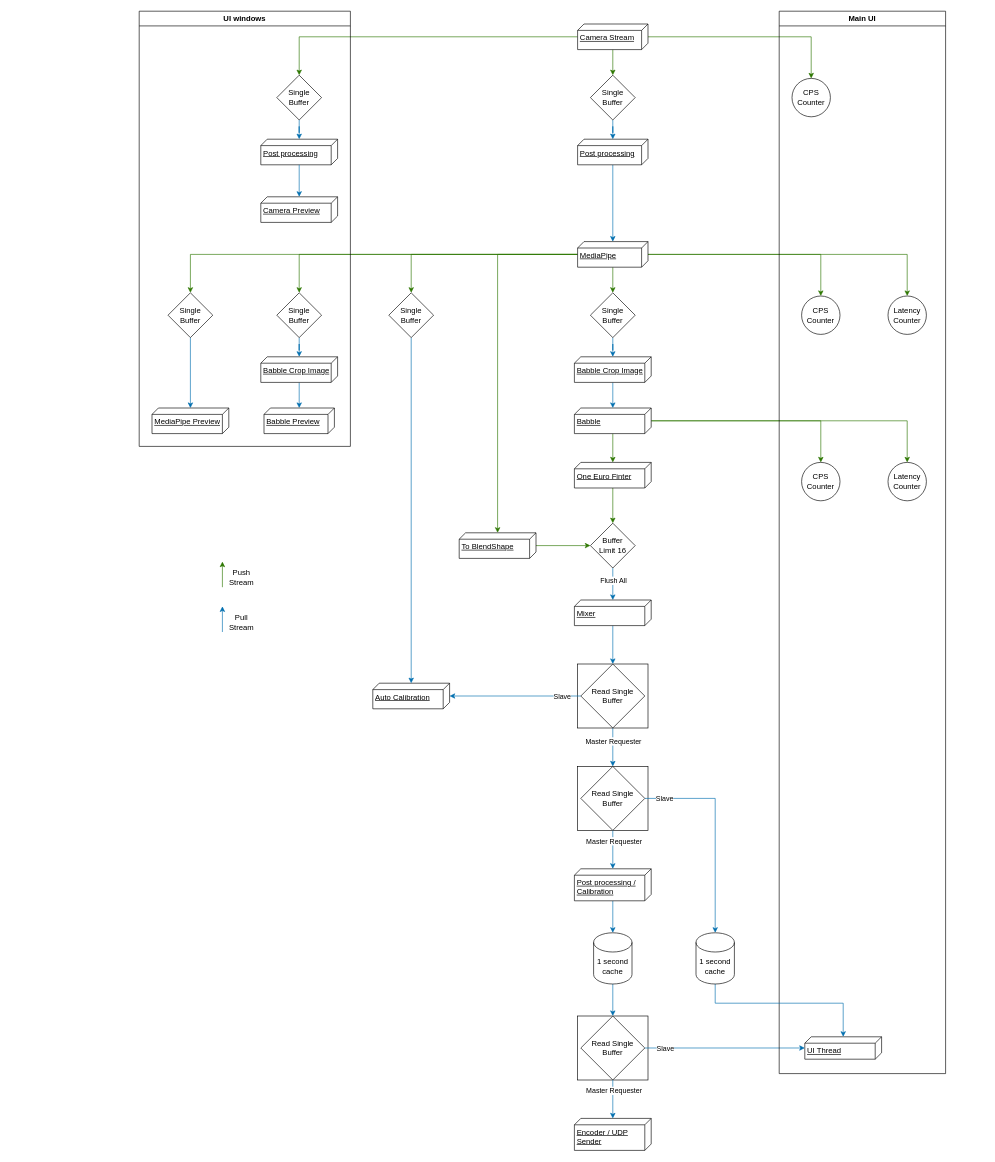
This is page "Current Structure" (1 of 2) of FoxyFace/src/pipline/PipeLineDiagram.drawio from Jeka8833/FoxyFace, a draw.io file, before an edit. Source tidied: cells renumbered, new cells numbered last; positions are measured from the earlier drawing's top-left corner, leaving out a move shared by most shapes. Both pictures are drawn from the tidied source at 64%, with x=0, y=0 at pixel (139, 11).
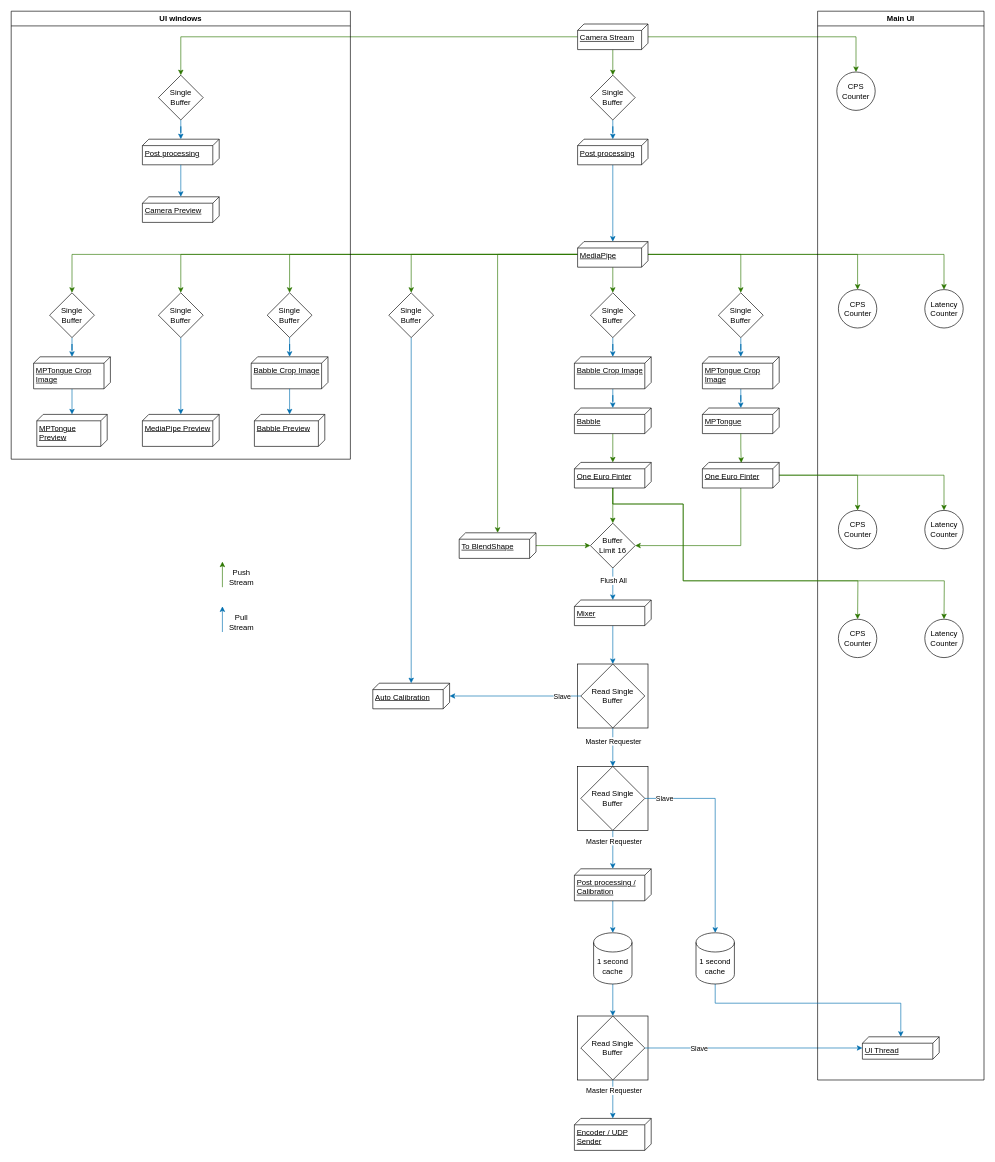
Above is the later version.

The change refers to these unchanged cells:
```xml
<mxCell id="17" value="MediaPipe" style="verticalAlign=top;align=left;spacingTop=8;spacingLeft=2;spacingRight=12;shape=cube;size=10;direction=south;fontStyle=4;html=1;whiteSpace=wrap;rounded=0;" parent="1" vertex="1">
  <mxGeometry x="685" y="360" width="110" height="40" as="geometry" />
</mxCell>
<mxCell id="21" value="Babble" style="verticalAlign=top;align=left;spacingTop=8;spacingLeft=2;spacingRight=12;shape=cube;size=10;direction=south;fontStyle=4;html=1;whiteSpace=wrap;rounded=0;" parent="1" vertex="1">
  <mxGeometry x="680" y="620" width="120" height="40" as="geometry" />
</mxCell>
<mxCell id="33" value="Buffer&lt;div&gt;Limit 16&lt;/div&gt;" style="rhombus;whiteSpace=wrap;html=1;rounded=0;" parent="1" vertex="1">
  <mxGeometry x="705" y="800" width="70" height="70" as="geometry" />
</mxCell>
<mxCell id="68" value="One Euro Finter" style="verticalAlign=top;align=left;spacingTop=8;spacingLeft=2;spacingRight=12;shape=cube;size=10;direction=south;fontStyle=4;html=1;whiteSpace=wrap;rounded=0;" parent="1" vertex="1">
  <mxGeometry x="680" y="705" width="120" height="40" as="geometry" />
</mxCell>
<mxCell id="86" value="1 second cache" style="shape=cylinder3;whiteSpace=wrap;html=1;boundedLbl=1;backgroundOutline=1;size=15;" parent="1" vertex="1">
  <mxGeometry x="870" y="1440" width="60" height="80" as="geometry" />
</mxCell>
```

Change to the diagram source:
```diff
@@
+    <mxCell id="88" style="edgeStyle=orthogonalEdgeStyle;rounded=0;jettySize=auto;html=1;entryX=0.5;entryY=0;entryDx=0;entryDy=0;fillColor=#60a917;strokeColor=#2D7600;" parent="1" edge="1" source="17" target="101">
+      <mxGeometry relative="1" as="geometry" />
+    </mxCell>
+    <mxCell id="89" style="edgeStyle=orthogonalEdgeStyle;rounded=0;jettySize=auto;html=1;fillColor=#60a917;strokeColor=#2D7600;" parent="1" edge="1" source="17" target="91">
+      <mxGeometry relative="1" as="geometry" />
+    </mxCell>
@@
-    <mxCell id="18" style="edgeStyle=orthogonalEdgeStyle;rounded=0;jettySize=auto;html=1;fillColor=#60a917;strokeColor=#2D7600;" parent="1" edge="1" source="21" target="42">
-      <mxGeometry relative="1" as="geometry" />
-    </mxCell>
-    <mxCell id="19" style="edgeStyle=orthogonalEdgeStyle;jettySize=auto;html=1;rounded=0;curved=0;fillColor=#60a917;strokeColor=#2D7600;" parent="1" edge="1" source="21" target="57">
-      <mxGeometry relative="1" as="geometry" />
-    </mxCell>
@@
-    <mxCell id="24" style="edgeStyle=orthogonalEdgeStyle;rounded=0;jettySize=auto;html=1;fillColor=#1ba1e2;strokeColor=#006EAF;" parent="1" edge="1" source="25" target="29">
-      <mxGeometry relative="1" as="geometry" />
-    </mxCell>
-    <mxCell id="25" value="Single Buffer" style="rhombus;whiteSpace=wrap;html=1;rounded=0;" parent="1" vertex="1">
-      <mxGeometry x="215" y="440" width="70" height="70" as="geometry" />
-    </mxCell>
@@
     <mxCell id="27" value="Babble Crop Image" style="verticalAlign=top;align=left;spacingTop=8;spacingLeft=2;spacingRight=12;shape=cube;size=10;direction=south;fontStyle=4;html=1;whiteSpace=wrap;rounded=0;" parent="1" vertex="1">
-      <mxGeometry x="680" y="540" width="120" height="40" as="geometry" />
+      <mxGeometry x="680" y="540" width="120" height="50" as="geometry" />
     </mxCell>
-    <mxCell id="28" style="edgeStyle=orthogonalEdgeStyle;rounded=0;jettySize=auto;html=1;fillColor=#1ba1e2;strokeColor=#006EAF;" parent="1" edge="1" source="29" target="30">
-      <mxGeometry relative="1" as="geometry" />
-    </mxCell>
-    <mxCell id="29" value="Babble Crop Image" style="verticalAlign=top;align=left;spacingTop=8;spacingLeft=2;spacingRight=12;shape=cube;size=10;direction=south;fontStyle=4;html=1;whiteSpace=wrap;rounded=0;" parent="1" vertex="1">
-      <mxGeometry x="190" y="540" width="120" height="40" as="geometry" />
-    </mxCell>
-    <mxCell id="30" value="Babble Preview" style="verticalAlign=top;align=left;spacingTop=8;spacingLeft=2;spacingRight=12;shape=cube;size=10;direction=south;fontStyle=4;html=1;whiteSpace=wrap;rounded=0;" parent="1" vertex="1">
-      <mxGeometry x="195" y="620" width="110" height="40" as="geometry" />
-    </mxCell>
@@
-    <mxCell id="35" style="edgeStyle=orthogonalEdgeStyle;rounded=0;jettySize=auto;html=1;fillColor=#1ba1e2;strokeColor=#006EAF;" parent="1" edge="1" source="36" target="37">
-      <mxGeometry relative="1" as="geometry" />
-    </mxCell>
-    <mxCell id="36" value="Single Buffer" style="rhombus;whiteSpace=wrap;html=1;rounded=0;" parent="1" vertex="1">
-      <mxGeometry x="45" y="440" width="70" height="70" as="geometry" />
-    </mxCell>
-    <mxCell id="37" value="MediaPipe Preview" style="verticalAlign=top;align=left;spacingTop=8;spacingLeft=2;spacingRight=12;shape=cube;size=10;direction=south;fontStyle=4;html=1;whiteSpace=wrap;rounded=0;" parent="1" vertex="1">
-      <mxGeometry x="20" y="620" width="120" height="40" as="geometry" />
-    </mxCell>
@@
     <mxCell id="40" value="CPS Counter" style="ellipse;whiteSpace=wrap;html=1;rounded=0;" parent="1" vertex="1">
-      <mxGeometry x="1020" y="105" width="60" height="60" as="geometry" />
+      <mxGeometry x="1090" y="95" width="60" height="60" as="geometry" />
     </mxCell>
-    <mxCell id="41" value="CPS Counter" style="ellipse;whiteSpace=wrap;html=1;rounded=0;" parent="1" vertex="1">
-      <mxGeometry x="1035" y="445" width="60" height="60" as="geometry" />
-    </mxCell>
-    <mxCell id="42" value="CPS Counter" style="ellipse;whiteSpace=wrap;html=1;rounded=0;" parent="1" vertex="1">
-      <mxGeometry x="1035" y="705" width="60" height="60" as="geometry" />
-    </mxCell>
@@
-    <mxCell id="49" value="UI Thread" style="verticalAlign=top;align=left;spacingTop=8;spacingLeft=2;spacingRight=12;shape=cube;size=10;direction=south;fontStyle=4;html=1;whiteSpace=wrap;rounded=0;" parent="1" vertex="1">
-      <mxGeometry x="1040" y="1602.5" width="120" height="35" as="geometry" />
-    </mxCell>
@@
-    <mxCell id="56" value="Latency Counter" style="ellipse;whiteSpace=wrap;html=1;rounded=0;" parent="1" vertex="1">
-      <mxGeometry x="1170" y="445" width="60" height="60" as="geometry" />
-    </mxCell>
-    <mxCell id="57" value="Latency Counter" style="ellipse;whiteSpace=wrap;html=1;rounded=0;" parent="1" vertex="1">
-      <mxGeometry x="1170" y="705" width="60" height="60" as="geometry" />
-    </mxCell>
     <mxCell id="58" value="UI windows" style="swimlane;whiteSpace=wrap;html=1;" parent="1" vertex="1">
-      <mxGeometry width="330" height="680" as="geometry" />
+      <mxGeometry x="-200" width="530" height="700" as="geometry" />
     </mxCell>
     <mxCell id="59" value="Camera Preview" style="verticalAlign=top;align=left;spacingTop=8;spacingLeft=2;spacingRight=12;shape=cube;size=10;direction=south;fontStyle=4;html=1;whiteSpace=wrap;rounded=0;" parent="58" vertex="1">
-      <mxGeometry x="190" y="290" width="120" height="40" as="geometry" />
+      <mxGeometry x="205" y="290" width="120" height="40" as="geometry" />
     </mxCell>
     <mxCell id="60" value="Post processing" style="verticalAlign=top;align=left;spacingTop=8;spacingLeft=2;spacingRight=12;shape=cube;size=10;direction=south;fontStyle=4;html=1;whiteSpace=wrap;rounded=0;" parent="58" vertex="1">
-      <mxGeometry x="190" y="200" width="120" height="40" as="geometry" />
+      <mxGeometry x="205" y="200" width="120" height="40" as="geometry" />
     </mxCell>
     <mxCell id="61" value="Single Buffer" style="rhombus;whiteSpace=wrap;html=1;rounded=0;" parent="58" vertex="1">
-      <mxGeometry x="215" y="100" width="70" height="70" as="geometry" />
+      <mxGeometry x="230" y="100" width="70" height="70" as="geometry" />
     </mxCell>
@@
+    <mxCell id="90" style="edgeStyle=orthogonalEdgeStyle;rounded=0;jettySize=auto;html=1;fillColor=#1ba1e2;strokeColor=#006EAF;" parent="58" edge="1" source="91" target="93">
+      <mxGeometry relative="1" as="geometry" />
+    </mxCell>
+    <mxCell id="91" value="Single Buffer" style="rhombus;whiteSpace=wrap;html=1;rounded=0;" parent="58" vertex="1">
+      <mxGeometry x="60" y="440" width="70" height="70" as="geometry" />
+    </mxCell>
+    <mxCell id="92" style="edgeStyle=orthogonalEdgeStyle;rounded=0;jettySize=auto;html=1;fillColor=#1ba1e2;strokeColor=#006EAF;" parent="58" edge="1" source="93" target="94">
+      <mxGeometry relative="1" as="geometry" />
+    </mxCell>
+    <mxCell id="93" value="MPTongue Crop Image" style="verticalAlign=top;align=left;spacingTop=8;spacingLeft=2;spacingRight=12;shape=cube;size=10;direction=south;fontStyle=4;html=1;whiteSpace=wrap;rounded=0;" parent="58" vertex="1">
+      <mxGeometry x="35" y="540" width="120" height="50" as="geometry" />
+    </mxCell>
+    <mxCell id="30" value="Babble Preview" style="verticalAlign=top;align=left;spacingTop=8;spacingLeft=2;spacingRight=12;shape=cube;size=10;direction=south;fontStyle=4;html=1;whiteSpace=wrap;rounded=0;" parent="58" vertex="1">
+      <mxGeometry x="380" y="630" width="110" height="50" as="geometry" />
+    </mxCell>
+    <mxCell id="37" value="MediaPipe Preview" style="verticalAlign=top;align=left;spacingTop=8;spacingLeft=2;spacingRight=12;shape=cube;size=10;direction=south;fontStyle=4;html=1;whiteSpace=wrap;rounded=0;" parent="58" vertex="1">
+      <mxGeometry x="205" y="630" width="120" height="50" as="geometry" />
+    </mxCell>
+    <mxCell id="94" value="MPTongue Preview" style="verticalAlign=top;align=left;spacingTop=8;spacingLeft=2;spacingRight=12;shape=cube;size=10;direction=south;fontStyle=4;html=1;whiteSpace=wrap;rounded=0;" parent="58" vertex="1">
+      <mxGeometry x="40" y="630" width="110" height="50" as="geometry" />
+    </mxCell>
+    <mxCell id="29" value="Babble Crop Image" style="verticalAlign=top;align=left;spacingTop=8;spacingLeft=2;spacingRight=12;shape=cube;size=10;direction=south;fontStyle=4;html=1;whiteSpace=wrap;rounded=0;" parent="58" vertex="1">
+      <mxGeometry x="375" y="540" width="120" height="50" as="geometry" />
+    </mxCell>
+    <mxCell id="28" style="edgeStyle=orthogonalEdgeStyle;rounded=0;jettySize=auto;html=1;fillColor=#1ba1e2;strokeColor=#006EAF;" parent="58" edge="1" source="29" target="30">
+      <mxGeometry relative="1" as="geometry" />
+    </mxCell>
+    <mxCell id="25" value="Single Buffer" style="rhombus;whiteSpace=wrap;html=1;rounded=0;" parent="58" vertex="1">
+      <mxGeometry x="400" y="440" width="70" height="70" as="geometry" />
+    </mxCell>
+    <mxCell id="24" style="edgeStyle=orthogonalEdgeStyle;rounded=0;jettySize=auto;html=1;fillColor=#1ba1e2;strokeColor=#006EAF;" parent="58" edge="1" source="25" target="29">
+      <mxGeometry relative="1" as="geometry" />
+    </mxCell>
+    <mxCell id="36" value="Single Buffer" style="rhombus;whiteSpace=wrap;html=1;rounded=0;" parent="58" vertex="1">
+      <mxGeometry x="230" y="440" width="70" height="70" as="geometry" />
+    </mxCell>
+    <mxCell id="35" style="edgeStyle=orthogonalEdgeStyle;rounded=0;jettySize=auto;html=1;fillColor=#1ba1e2;strokeColor=#006EAF;" parent="58" edge="1" source="36" target="37">
+      <mxGeometry relative="1" as="geometry" />
+    </mxCell>
     <mxCell id="64" value="Main UI" style="swimlane;whiteSpace=wrap;html=1;" parent="1" vertex="1">
-      <mxGeometry x="1000" width="260" height="1660" as="geometry" />
+      <mxGeometry x="1060" width="260" height="1670" as="geometry" />
     </mxCell>
+    <mxCell id="95" value="CPS Counter" style="ellipse;whiteSpace=wrap;html=1;rounded=0;" parent="64" vertex="1">
+      <mxGeometry x="32.5" y="950" width="60" height="60" as="geometry" />
+    </mxCell>
+    <mxCell id="96" value="Latency Counter" style="ellipse;whiteSpace=wrap;html=1;rounded=0;" parent="64" vertex="1">
+      <mxGeometry x="167.5" y="950" width="60" height="60" as="geometry" />
+    </mxCell>
+    <mxCell id="57" value="Latency Counter" style="ellipse;whiteSpace=wrap;html=1;rounded=0;" parent="64" vertex="1">
+      <mxGeometry x="167.5" y="780" width="60" height="60" as="geometry" />
+    </mxCell>
+    <mxCell id="42" value="CPS Counter" style="ellipse;whiteSpace=wrap;html=1;rounded=0;" parent="64" vertex="1">
+      <mxGeometry x="32.5" y="780" width="60" height="60" as="geometry" />
+    </mxCell>
+    <mxCell id="49" value="UI Thread" style="verticalAlign=top;align=left;spacingTop=8;spacingLeft=2;spacingRight=12;shape=cube;size=10;direction=south;fontStyle=4;html=1;whiteSpace=wrap;rounded=0;" parent="64" vertex="1">
+      <mxGeometry x="70" y="1602.5" width="120" height="35" as="geometry" />
+    </mxCell>
+    <mxCell id="56" value="Latency Counter" style="ellipse;whiteSpace=wrap;html=1;rounded=0;" parent="64" vertex="1">
+      <mxGeometry x="167.5" y="435" width="60" height="60" as="geometry" />
+    </mxCell>
+    <mxCell id="41" value="CPS Counter" style="ellipse;whiteSpace=wrap;html=1;rounded=0;" parent="64" vertex="1">
+      <mxGeometry x="32.5" y="435" width="60" height="60" as="geometry" />
+    </mxCell>
@@
+    <mxCell id="97" style="edgeStyle=orthogonalEdgeStyle;rounded=0;jettySize=auto;html=1;fillColor=#60a917;strokeColor=#2D7600;" parent="1" edge="1" source="68" target="95">
+      <mxGeometry relative="1" as="geometry">
+        <Array as="points">
+          <mxPoint x="740" y="770" />
+          <mxPoint x="850" y="770" />
+          <mxPoint x="850" y="890" />
+          <mxPoint x="1123" y="890" />
+        </Array>
+      </mxGeometry>
+    </mxCell>
+    <mxCell id="98" style="edgeStyle=orthogonalEdgeStyle;rounded=0;jettySize=auto;html=1;fillColor=#60a917;strokeColor=#2D7600;" parent="1" edge="1" source="68" target="96">
+      <mxGeometry relative="1" as="geometry">
+        <Array as="points">
+          <mxPoint x="740" y="770" />
+          <mxPoint x="850" y="770" />
+          <mxPoint x="850" y="890" />
+          <mxPoint x="1258" y="890" />
+        </Array>
+      </mxGeometry>
+    </mxCell>
@@
     <mxCell id="85" style="edgeStyle=orthogonalEdgeStyle;rounded=0;jettySize=auto;html=1;fillColor=#1ba1e2;strokeColor=#006EAF;" parent="1" edge="1" source="86" target="49">
       <mxGeometry relative="1" as="geometry">
         <Array as="points">
           <mxPoint x="900" y="1550" />
-          <mxPoint x="1100" y="1550" />
+          <mxPoint x="1190" y="1550" />
         </Array>
       </mxGeometry>
     </mxCell>
@@
+    <mxCell id="99" value="MPTongue" style="verticalAlign=top;align=left;spacingTop=8;spacingLeft=2;spacingRight=12;shape=cube;size=10;direction=south;fontStyle=4;html=1;whiteSpace=wrap;rounded=0;" parent="1" vertex="1">
+      <mxGeometry x="880" y="620" width="120" height="40" as="geometry" />
+    </mxCell>
+    <mxCell id="100" style="edgeStyle=orthogonalEdgeStyle;rounded=0;jettySize=auto;html=1;fillColor=#1ba1e2;strokeColor=#006EAF;" parent="1" edge="1" source="101" target="103">
+      <mxGeometry relative="1" as="geometry" />
+    </mxCell>
+    <mxCell id="101" value="Single Buffer" style="rhombus;whiteSpace=wrap;html=1;rounded=0;" parent="1" vertex="1">
+      <mxGeometry x="905" y="440" width="70" height="70" as="geometry" />
+    </mxCell>
+    <mxCell id="102" style="edgeStyle=orthogonalEdgeStyle;rounded=0;jettySize=auto;html=1;fillColor=#1ba1e2;strokeColor=#006EAF;" parent="1" edge="1" source="103" target="99">
+      <mxGeometry relative="1" as="geometry" />
+    </mxCell>
+    <mxCell id="103" value="MPTongue Crop Image" style="verticalAlign=top;align=left;spacingTop=8;spacingLeft=2;spacingRight=12;shape=cube;size=10;direction=south;fontStyle=4;html=1;whiteSpace=wrap;rounded=0;" parent="1" vertex="1">
+      <mxGeometry x="880" y="540" width="120" height="50" as="geometry" />
+    </mxCell>
+    <mxCell id="104" style="edgeStyle=orthogonalEdgeStyle;rounded=0;jettySize=auto;html=1;entryX=1;entryY=0.5;entryDx=0;entryDy=0;fillColor=#60a917;strokeColor=#2D7600;" parent="1" edge="1" source="107" target="33">
+      <mxGeometry relative="1" as="geometry">
+        <Array as="points">
+          <mxPoint x="940" y="835" />
+        </Array>
+      </mxGeometry>
+    </mxCell>
+    <mxCell id="105" style="edgeStyle=orthogonalEdgeStyle;rounded=0;jettySize=auto;html=1;fillColor=#60a917;strokeColor=#2D7600;" parent="1" edge="1" source="107" target="57">
+      <mxGeometry relative="1" as="geometry" />
+    </mxCell>
+    <mxCell id="106" style="edgeStyle=orthogonalEdgeStyle;rounded=0;jettySize=auto;html=1;fillColor=#60a917;strokeColor=#2D7600;" parent="1" edge="1" source="107" target="42">
+      <mxGeometry relative="1" as="geometry" />
+    </mxCell>
+    <mxCell id="107" value="One Euro Finter" style="verticalAlign=top;align=left;spacingTop=8;spacingLeft=2;spacingRight=12;shape=cube;size=10;direction=south;fontStyle=4;html=1;whiteSpace=wrap;rounded=0;" parent="1" vertex="1">
+      <mxGeometry x="880" y="705" width="120" height="40" as="geometry" />
+    </mxCell>
+    <mxCell id="108" style="edgeStyle=orthogonalEdgeStyle;rounded=0;jettySize=auto;html=1;entryX=0.018;entryY=0.494;entryDx=0;entryDy=0;entryPerimeter=0;fillColor=#60a917;strokeColor=#2D7600;" parent="1" edge="1" source="99" target="107">
+      <mxGeometry relative="1" as="geometry" />
+    </mxCell>
```
